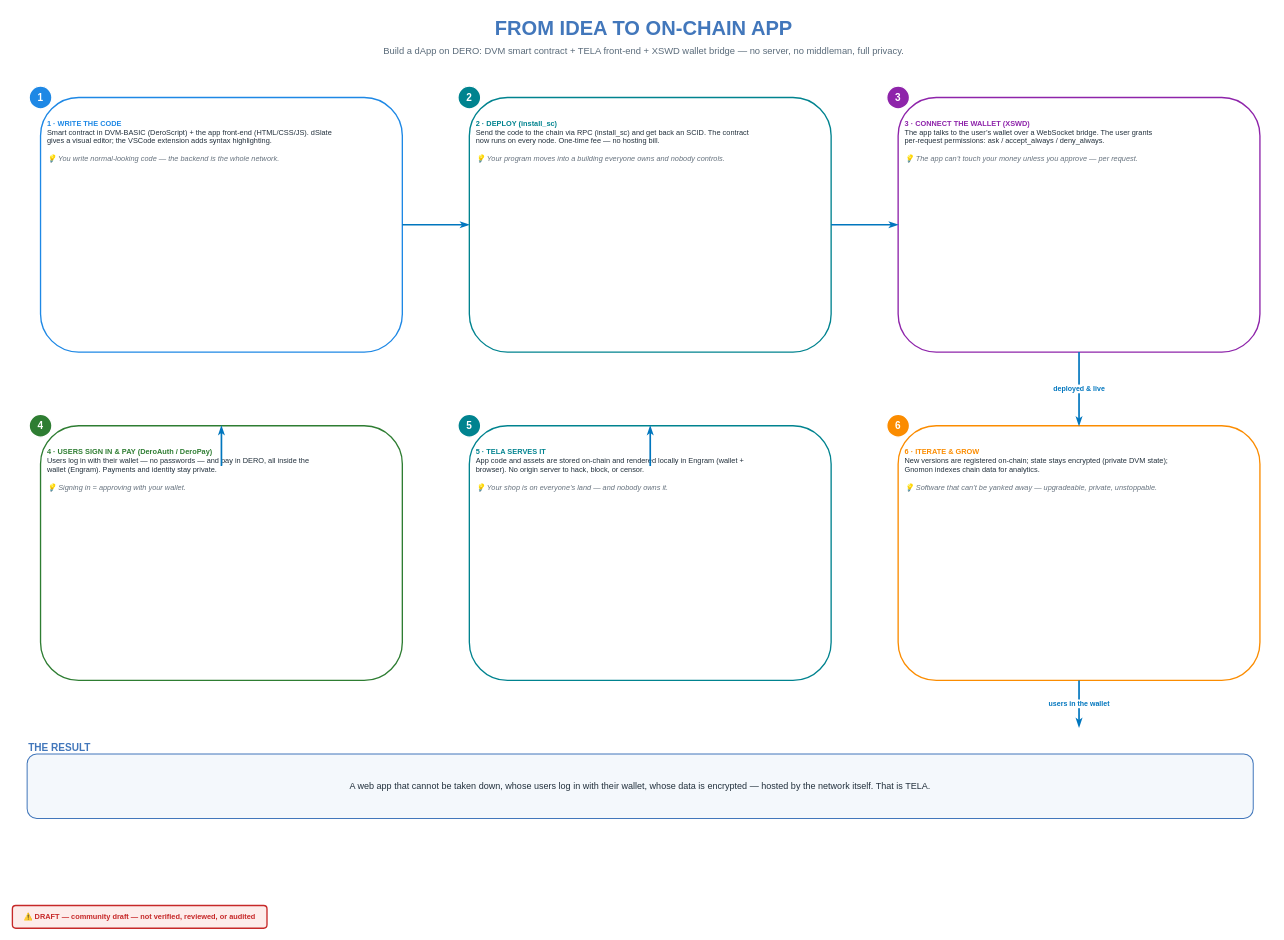
liqdmetal/DERO.STARGATE.DIAGRAMS keeps this draw.io diagram as page "From Idea to On-Chain App" (1 of 3) of DERO.TELA.drawio. Above is the earlier version. Source tidied: cells renumbered, new cells numbered last; positions are measured from the earlier drawing's top-left corner, leaving out a move shared by most shapes. Both pictures are drawn from the tidied source at 67%, with x=0, y=0 at pixel (12, 11).
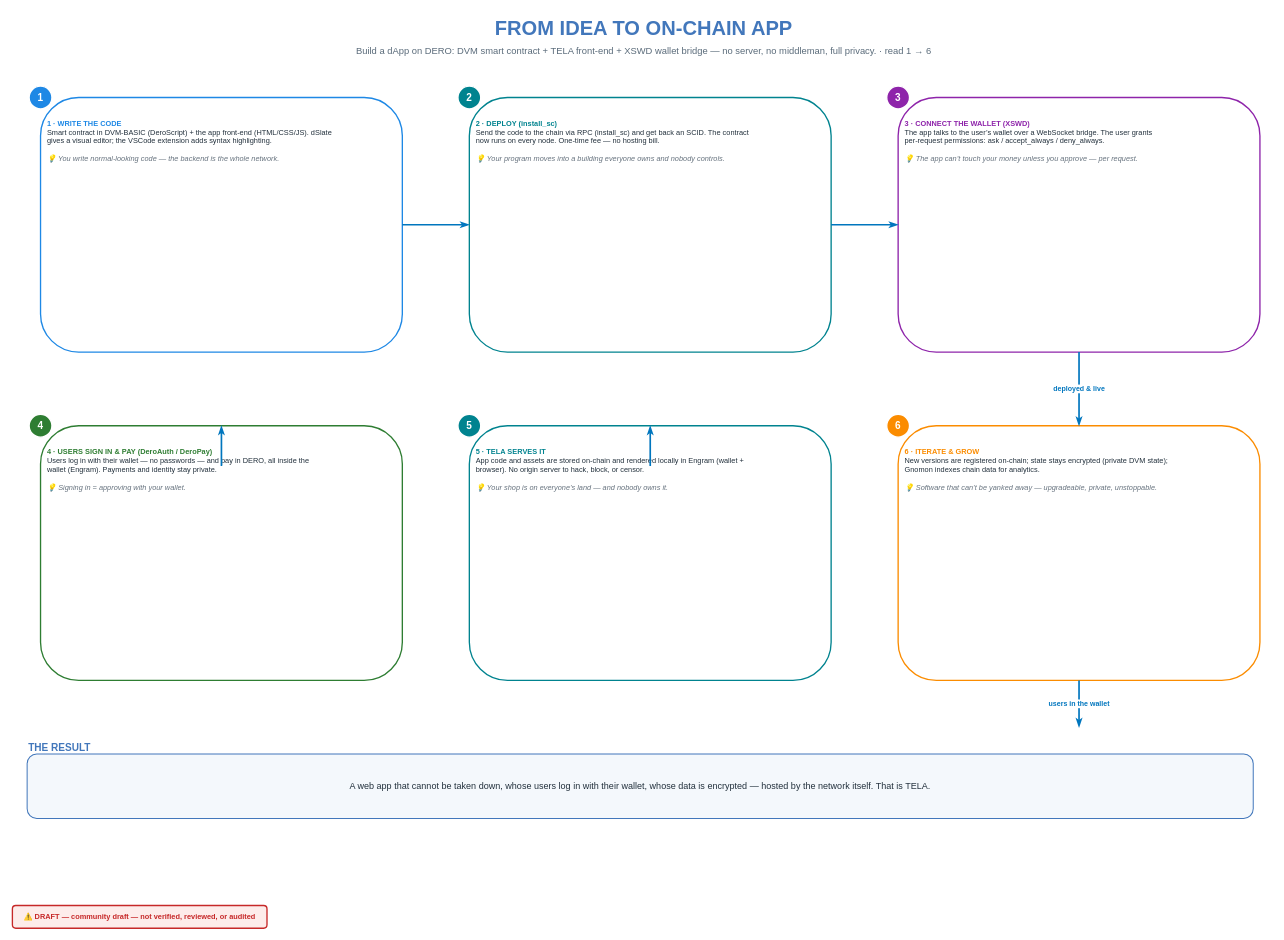
The same diagram, later.

Change to the diagram source:
```diff
@@
-    <mxCell id="4" value="Build a dApp on DERO: DVM smart contract + TELA front-end + XSWD wallet bridge — no server, no middleman, full privacy." style="text;html=1;align=center;fontSize=14;fontColor=#5A6B7A;" parent="1" vertex="1">
+    <mxCell id="4" value="Build a dApp on DERO: DVM smart contract + TELA front-end + XSWD wallet bridge — no server, no middleman, full privacy.  · read 1 → 6" style="text;html=1;align=center;fontSize=14;fontColor=#5A6B7A;" parent="1" vertex="1">
       <mxGeometry x="2" y="44" width="1880" height="22" as="geometry" />
     </mxCell>
```
